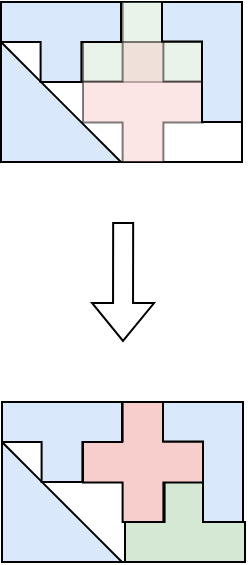
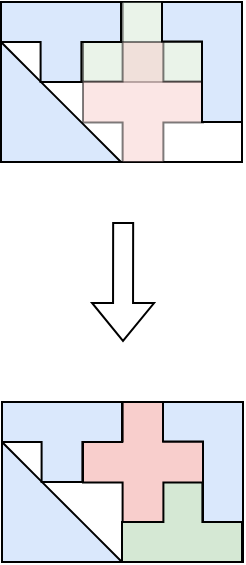
<mxfile host="Electron" agent="5.0 (Windows NT 10.0; Win64; x64) AppleWebKit/537.36 (KHTML, like Gecko) draw.io/14.5.1 Chrome/89.0.4389.82 Electron/12.0.1 Safari/537.36">
  <diagram name="Page-1" id="02KkKBvZYiK5bZEBiGTV">
-     <mxGraphModel dx="2934" dy="1236" grid="1" gridSize="10" guides="1" tooltips="1" connect="1" arrows="1" fold="1" page="1" pageScale="1" pageWidth="827" pageHeight="1169" math="0" shadow="0">
+     <mxGraphModel dx="978" dy="412" grid="1" gridSize="10" guides="1" tooltips="1" connect="1" arrows="1" fold="1" page="1" pageScale="1" pageWidth="827" pageHeight="1169" math="0" shadow="0">
      <root>
        <mxCell id="0" />
        <mxCell id="1" parent="0" />
        <mxCell id="bIdFU6kN4nmyQjjKajAd-44" edge="1" parent="1" style="shape=flexArrow;endArrow=classic;html=1;rounded=0;strokeColor=#000000;" value="">
          <mxGeometry height="50" relative="1" width="50" as="geometry">
            <mxPoint x="260.58" y="230" as="sourcePoint" />
            <mxPoint x="260.5" y="290" as="targetPoint" />
          </mxGeometry>
        </mxCell>
        <mxCell id="VI_kox4RmkHHqkVzvXz_-11" parent="1" style="rounded=0;whiteSpace=wrap;html=1;fillColor=none;strokeColor=#000000;" value="" vertex="1">
          <mxGeometry height="80" width="120" x="200.5" y="320" as="geometry" />
        </mxCell>
        <mxCell id="fCLk-sz07Vlb9qMNI79g-20" parent="1" style="shape=mxgraph.basic.polygon;polyCoords=[[0.67,0.67],[1,1],[0.33,1],[0,1],[0,0],[0.33,0.33],[0.67,0.67]];polyCurves=[[],[],[],[],[],[],[]];polyline=0;whiteSpace=wrap;html=1;fillColor=#dae8fc;strokeColor=#000000;" value="" vertex="1">
          <mxGeometry height="60" width="60" x="200" y="340" as="geometry" />
        </mxCell>
        <mxCell id="fCLk-sz07Vlb9qMNI79g-21" parent="1" style="shape=mxgraph.basic.polygon;polyCoords=[[0.5,0.67],[1,0.67],[1,0.33],[0.5,0.33],[0.5,0],[0,0],[0,1],[0.5,1]];polyCurves=[[],[],[],[],[],[],[],[]];polyline=0;whiteSpace=wrap;html=1;fillColor=#d5e8d4;strokeColor=#000000;rotation=-90;" value="" vertex="1">
-           <mxGeometry height="60" width="40" x="271.5" y="350" as="geometry" />
+           <mxGeometry height="60" width="40" x="270" y="350" as="geometry" />
        </mxCell>
        <mxCell id="fCLk-sz07Vlb9qMNI79g-23" parent="1" style="shape=mxgraph.basic.polygon;polyCoords=[[1,0.67],[0.67,0.67],[0.67,1],[0.33,1],[0.33,0.67],[0,0.67],[0,0.33],[0.33,0.33],[0.33,0],[0.67,0],[0.67,0.33],[1,0.33]];polyCurves=[[],[],[],[],[],[],[],[],[],[],[]];polyline=0;whiteSpace=wrap;html=1;fillColor=#f8cecc;strokeColor=#000000;" value="" vertex="1">
          <mxGeometry height="60" width="60" x="240.5" y="320" as="geometry" />
        </mxCell>
        <mxCell id="Dhe2DUwO1LGI0n1Gr_lh-1" parent="1" style="shape=mxgraph.basic.polygon;polyCoords=[[0.5,0.67],[1,0.67],[1,0.33],[0.5,0.33],[0.5,0],[0,0],[0,1],[0.5,1]];polyCurves=[[],[],[],[],[],[],[],[]];polyline=0;whiteSpace=wrap;html=1;fillColor=#dae8fc;strokeColor=#000000;rotation=90;" value="" vertex="1">
          <mxGeometry height="60" width="40" x="210" y="310" as="geometry" />
        </mxCell>
        <mxCell id="Dhe2DUwO1LGI0n1Gr_lh-2" parent="1" style="shape=mxgraph.basic.polygon;polyCoords=[[0,1],[1,1],[1,0.67],[0.5,0.67],[0.5,0],[0,0]];polyCurves=[[],[],[],[],[]];polyline=0;whiteSpace=wrap;html=1;fillColor=#dae8fc;strokeColor=#000000;rotation=-180;" value="" vertex="1">
          <mxGeometry height="60" width="40" x="280.5" y="320" as="geometry" />
        </mxCell>
        <mxCell id="Dhe2DUwO1LGI0n1Gr_lh-3" parent="1" style="rounded=0;whiteSpace=wrap;html=1;fillColor=none;strokeColor=#000000;" value="" vertex="1">
          <mxGeometry height="80" width="120" x="200" y="120" as="geometry" />
        </mxCell>
        <mxCell id="Dhe2DUwO1LGI0n1Gr_lh-4" parent="1" style="shape=mxgraph.basic.polygon;polyCoords=[[0.67,0.67],[1,1],[0.33,1],[0,1],[0,0],[0.33,0.33],[0.67,0.67]];polyCurves=[[],[],[],[],[],[],[]];polyline=0;whiteSpace=wrap;html=1;fillColor=#dae8fc;strokeColor=#000000;" value="" vertex="1">
          <mxGeometry height="60" width="60" x="199.5" y="140" as="geometry" />
        </mxCell>
        <mxCell id="Dhe2DUwO1LGI0n1Gr_lh-5" parent="1" style="shape=mxgraph.basic.polygon;polyCoords=[[0.5,0.67],[1,0.67],[1,0.33],[0.5,0.33],[0.5,0],[0,0],[0,1],[0.5,1]];polyCurves=[[],[],[],[],[],[],[],[]];polyline=0;whiteSpace=wrap;html=1;fillColor=#d5e8d4;strokeColor=#000000;rotation=-90;opacity=50;" value="" vertex="1">
          <mxGeometry height="60" width="40" x="250.5" y="110" as="geometry" />
        </mxCell>
        <mxCell id="Dhe2DUwO1LGI0n1Gr_lh-6" parent="1" style="shape=mxgraph.basic.polygon;polyCoords=[[1,0.67],[0.67,0.67],[0.67,1],[0.33,1],[0.33,0.67],[0,0.67],[0,0.33],[0.33,0.33],[0.33,0],[0.67,0],[0.67,0.33],[1,0.33]];polyCurves=[[],[],[],[],[],[],[],[],[],[],[]];polyline=0;whiteSpace=wrap;html=1;fillColor=#f8cecc;strokeColor=#000000;opacity=50;" value="" vertex="1">
          <mxGeometry height="60" width="60" x="240.5" y="140" as="geometry" />
        </mxCell>
        <mxCell id="Dhe2DUwO1LGI0n1Gr_lh-7" parent="1" style="shape=mxgraph.basic.polygon;polyCoords=[[0.5,0.67],[1,0.67],[1,0.33],[0.5,0.33],[0.5,0],[0,0],[0,1],[0.5,1]];polyCurves=[[],[],[],[],[],[],[],[]];polyline=0;whiteSpace=wrap;html=1;fillColor=#dae8fc;strokeColor=#000000;rotation=90;" value="" vertex="1">
          <mxGeometry height="60" width="40" x="209.5" y="110" as="geometry" />
        </mxCell>
        <mxCell id="Dhe2DUwO1LGI0n1Gr_lh-8" parent="1" style="shape=mxgraph.basic.polygon;polyCoords=[[0,1],[1,1],[1,0.67],[0.5,0.67],[0.5,0],[0,0]];polyCurves=[[],[],[],[],[]];polyline=0;whiteSpace=wrap;html=1;fillColor=#dae8fc;strokeColor=#000000;rotation=-180;" value="" vertex="1">
          <mxGeometry height="60" width="40" x="280" y="120" as="geometry" />
        </mxCell>
      </root>
    </mxGraphModel>
  </diagram>
</mxfile>
